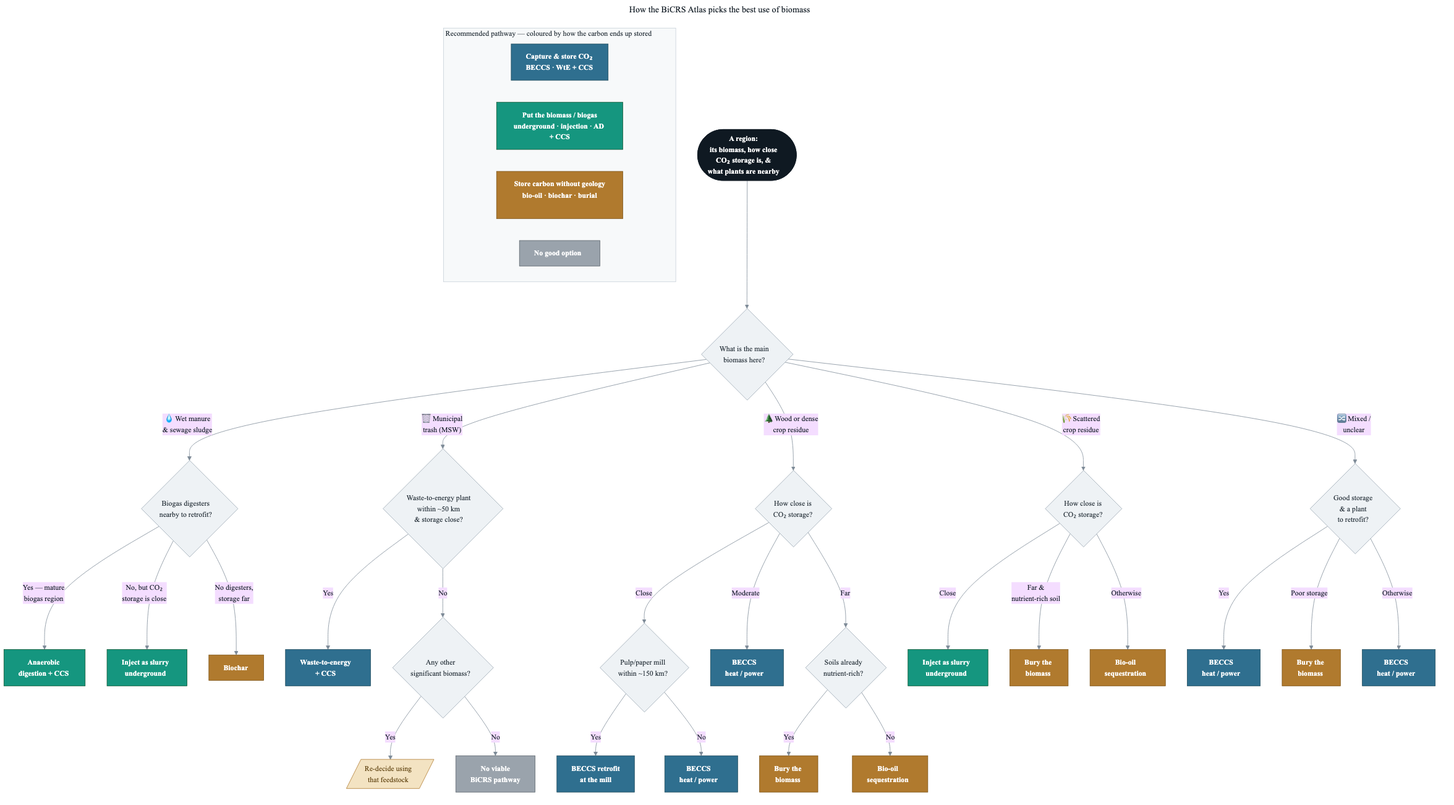
Earlier version of the Mermaid export docs/recommendation_flowchart.png (hausfath/biomass_map). Its source is kept beside it as docs/recommendation_flowchart.mmd.
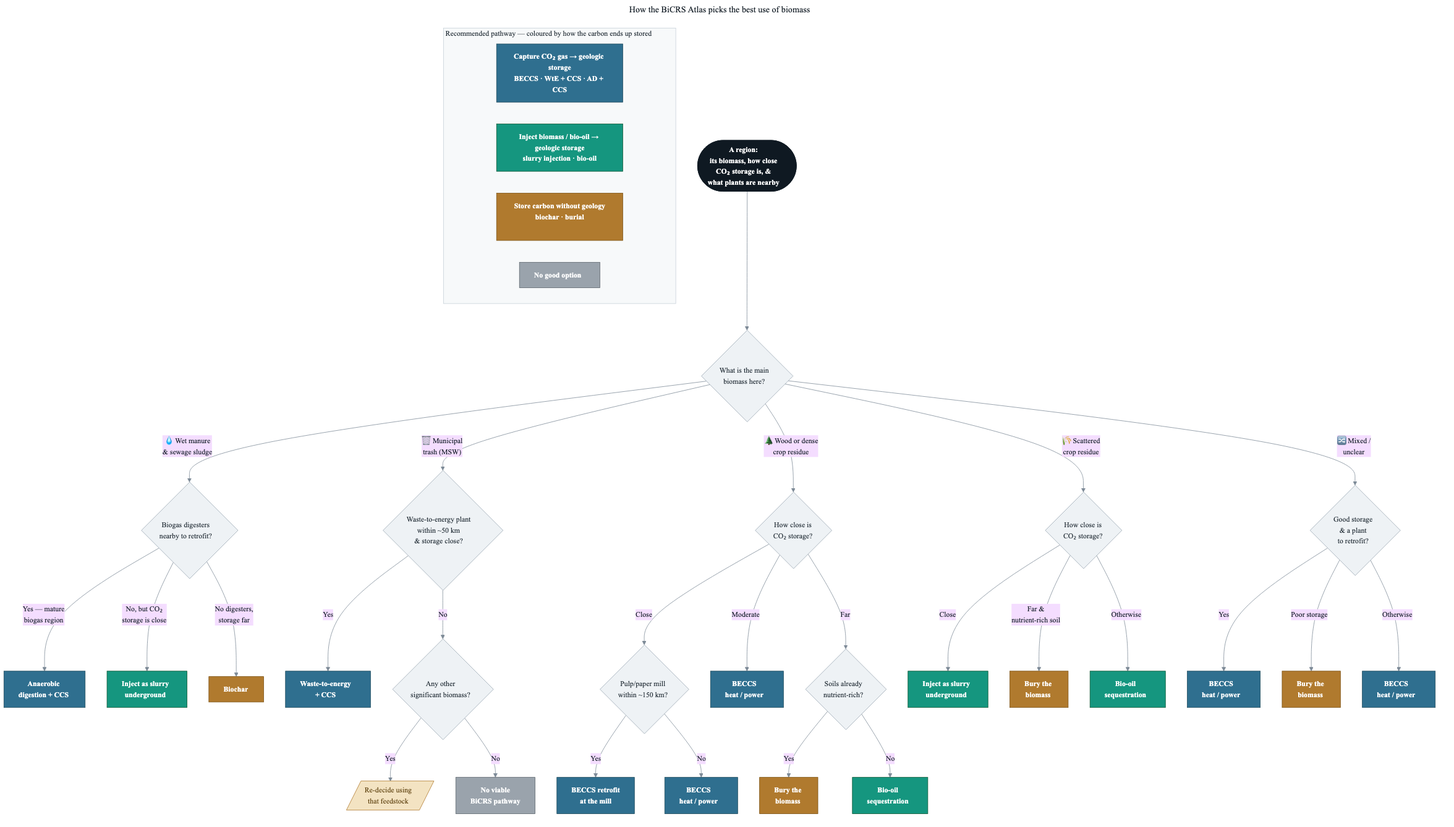
Later version of the same file.

Commit message:
Flowchart: group AD+CCS with BECCS (gaseous CO2 -> geologic storage)

AD+CCS captures the gaseous CO2 from biogas upgrading and stores it
underground, like BECCS and WtE+CCS, so it belongs in the "capture CO2 gas"
group, not with slurry/biomass injection. Also moved bio-oil into the
"inject biomass/bio-oil -> geologic storage" group (it injects the
biomass-derived liquid into formations), leaving biochar + burial as the
only truly non-geologic pathways. Legend updated to match.

The edit, as a diff of the source:
```diff
@@ -47,9 +47,9 @@
 
     subgraph Legend["Recommended pathway — coloured by how the carbon ends up stored"]
         direction LR
-        L1["Capture & store CO₂<br/>BECCS · WtE + CCS"]
-        L2["Put the biomass / biogas<br/>underground · injection · AD + CCS"]
-        L3["Store carbon without geology<br/>bio-oil · biochar · burial"]
+        L1["Capture CO₂ gas → geologic storage<br/>BECCS · WtE + CCS · AD + CCS"]
+        L2["Inject biomass / bio-oil → geologic storage<br/>slurry injection · bio-oil"]
+        L3["Store carbon without geology<br/>biochar · burial"]
         L4["No good option"]
     end
 
@@ -63,9 +63,9 @@
 
     class Start start;
     class DOM,M,W,Wsec,C,Cmill,Cpoor,D,F q;
-    class Cpp,Cbe,Cbe2,Fbe,Fbe2,Wwte geo;
-    class Mad,Minj,Dinj inj;
-    class Mbio,Cbur,Cbo,Dbur,Dbo,Fbur store;
+    class Cpp,Cbe,Cbe2,Fbe,Fbe2,Wwte,Mad geo;
+    class Minj,Dinj,Cbo,Dbo inj;
+    class Mbio,Cbur,Dbur,Fbur store;
     class Wnone none;
     class Wre reroute;
     class L1 geo;
```
